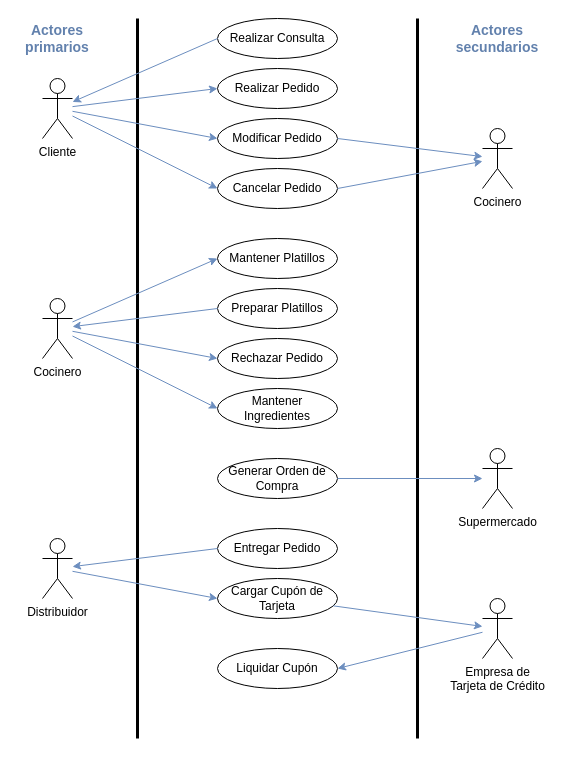
mauro7x/aninfo keeps this draw.io diagram as TP1/diagramas/casos de uso/diag.drawio. Above is the earlier version. Source tidied: cells renumbered, new cells numbered last; positions are measured from the earlier drawing's top-left corner, leaving out a move shared by most shapes. Both pictures are drawn from the tidied source at 100%, with x=0, y=0 at pixel (17, 18).
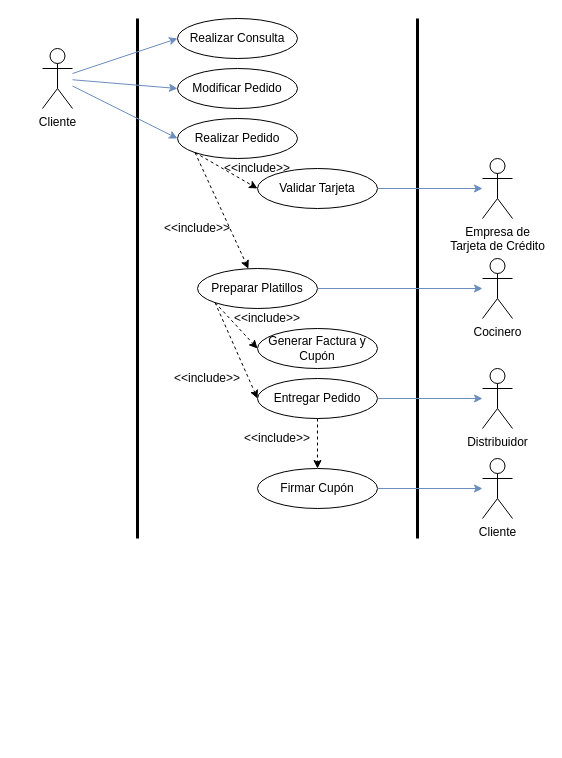
The same page after the edit.

What changed in the source:
```diff
@@
     <mxCell id="2" style="endArrow=none;html=1;strokeWidth=3;" parent="1" edge="1">
       <mxGeometry relative="1" as="geometry">
-        <mxPoint x="120" y="720" as="sourcePoint" />
+        <mxPoint x="120" y="520" as="sourcePoint" />
         <mxPoint x="120" as="targetPoint" />
       </mxGeometry>
     </mxCell>
     <mxCell id="3" style="endArrow=none;html=1;strokeWidth=3;" parent="1" edge="1">
       <mxGeometry relative="1" as="geometry">
-        <mxPoint x="400" y="720" as="sourcePoint" />
+        <mxPoint x="400" y="520" as="sourcePoint" />
         <mxPoint x="400" as="targetPoint" />
       </mxGeometry>
     </mxCell>
     <mxCell id="4" value="Cliente" style="shape=umlActor;verticalLabelPosition=bottom;verticalAlign=top;html=1;outlineConnect=0;" parent="1" vertex="1">
-      <mxGeometry x="25" y="60" width="30" height="60" as="geometry" />
+      <mxGeometry x="25" y="30" width="30" height="60" as="geometry" />
     </mxCell>
-    <mxCell id="5" value="Actores primarios" style="text;html=1;strokeColor=none;fillColor=none;align=center;verticalAlign=middle;whiteSpace=wrap;rounded=0;strokeWidth=1;fontSize=14;fontStyle=1;fontColor=#6281AD;" parent="1" vertex="1">
-      <mxGeometry width="80" height="40" as="geometry" />
-    </mxCell>
-    <mxCell id="6" value="Actores secundarios" style="text;html=1;strokeColor=none;fillColor=none;align=center;verticalAlign=middle;whiteSpace=wrap;rounded=0;strokeWidth=1;fontSize=14;fontStyle=1;fontColor=#6281AD;" parent="1" vertex="1">
-      <mxGeometry x="440" width="80" height="40" as="geometry" />
-    </mxCell>
     <mxCell id="7" value="Realizar Consulta" style="ellipse;whiteSpace=wrap;html=1;strokeWidth=1;fontSize=12;" parent="1" vertex="1">
-      <mxGeometry x="200" width="120" height="40" as="geometry" />
+      <mxGeometry x="160" width="120" height="40" as="geometry" />
     </mxCell>
-    <mxCell id="8" value="Supermercado" style="shape=umlActor;verticalLabelPosition=bottom;verticalAlign=top;html=1;outlineConnect=0;" parent="1" vertex="1">
-      <mxGeometry x="465" y="430" width="30" height="60" as="geometry" />
-    </mxCell>
-    <mxCell id="9" style="endArrow=classic;html=1;strokeWidth=1;fontSize=14;exitX=0;exitY=0.5;exitDx=0;exitDy=0;fillColor=#dae8fc;strokeColor=#6c8ebf;" parent="1" edge="1" source="7" target="4">
+    <mxCell id="9" style="endArrow=classic;html=1;strokeWidth=1;fontSize=14;fillColor=#dae8fc;strokeColor=#6c8ebf;entryX=0;entryY=0.5;entryDx=0;entryDy=0;" parent="1" edge="1" source="4" target="7">
       <mxGeometry relative="1" as="geometry" />
     </mxCell>
     <mxCell id="10" value="Realizar Pedido" style="ellipse;whiteSpace=wrap;html=1;strokeWidth=1;fontSize=12;" parent="1" vertex="1">
-      <mxGeometry x="200" y="50" width="120" height="40" as="geometry" />
+      <mxGeometry x="160" y="100" width="120" height="40" as="geometry" />
     </mxCell>
@@
-    <mxCell id="12" value="Cocinero" style="shape=umlActor;verticalLabelPosition=bottom;verticalAlign=top;html=1;outlineConnect=0;" parent="1" vertex="1">
-      <mxGeometry x="25" y="280" width="30" height="60" as="geometry" />
-    </mxCell>
     <mxCell id="13" value="Modificar Pedido" style="ellipse;whiteSpace=wrap;html=1;strokeWidth=1;fontSize=12;" parent="1" vertex="1">
-      <mxGeometry x="200" y="100" width="120" height="40" as="geometry" />
+      <mxGeometry x="160" y="50" width="120" height="40" as="geometry" />
     </mxCell>
-    <mxCell id="14" value="&lt;font style=&quot;font-size: 12px&quot;&gt;Cancelar Pedido&lt;/font&gt;" style="ellipse;whiteSpace=wrap;html=1;strokeWidth=1;fontSize=12;" parent="1" vertex="1">
-      <mxGeometry x="200" y="150" width="120" height="40" as="geometry" />
-    </mxCell>
@@
-    <mxCell id="16" style="endArrow=classic;html=1;strokeWidth=1;fontSize=14;fillColor=#dae8fc;strokeColor=#6c8ebf;entryX=0;entryY=0.5;entryDx=0;entryDy=0;" parent="1" edge="1" source="4" target="14">
-      <mxGeometry relative="1" as="geometry" />
-    </mxCell>
-    <mxCell id="17" value="Mantener Platillos" style="ellipse;whiteSpace=wrap;html=1;strokeWidth=1;fontSize=12;" parent="1" vertex="1">
-      <mxGeometry x="200" y="220" width="120" height="40" as="geometry" />
-    </mxCell>
-    <mxCell id="18" style="endArrow=classic;html=1;strokeWidth=1;fontSize=14;fillColor=#dae8fc;strokeColor=#6c8ebf;entryX=0;entryY=0.5;entryDx=0;entryDy=0;" parent="1" edge="1" source="12" target="17">
-      <mxGeometry relative="1" as="geometry" />
-    </mxCell>
     <mxCell id="19" value="Preparar Platillos" style="ellipse;whiteSpace=wrap;html=1;strokeWidth=1;fontSize=12;" parent="1" vertex="1">
-      <mxGeometry x="200" y="270" width="120" height="40" as="geometry" />
+      <mxGeometry x="180" y="250" width="120" height="40" as="geometry" />
     </mxCell>
-    <mxCell id="20" style="endArrow=classic;html=1;strokeWidth=1;fontSize=14;fillColor=#dae8fc;strokeColor=#6c8ebf;exitX=0;exitY=0.5;exitDx=0;exitDy=0;" parent="1" edge="1" source="19" target="12">
-      <mxGeometry relative="1" as="geometry" />
-    </mxCell>
-    <mxCell id="21" value="Rechazar Pedido" style="ellipse;whiteSpace=wrap;html=1;strokeWidth=1;fontSize=12;" parent="1" vertex="1">
-      <mxGeometry x="200" y="320" width="120" height="40" as="geometry" />
-    </mxCell>
-    <mxCell id="22" style="endArrow=classic;html=1;strokeWidth=1;fontSize=14;fillColor=#dae8fc;strokeColor=#6c8ebf;entryX=0;entryY=0.5;entryDx=0;entryDy=0;" parent="1" edge="1" source="12" target="21">
-      <mxGeometry relative="1" as="geometry" />
-    </mxCell>
-    <mxCell id="23" value="Mantener Ingredientes" style="ellipse;whiteSpace=wrap;html=1;strokeWidth=1;fontSize=12;" parent="1" vertex="1">
-      <mxGeometry x="200" y="370" width="120" height="40" as="geometry" />
-    </mxCell>
-    <mxCell id="24" style="endArrow=classic;html=1;strokeWidth=1;fontSize=14;fillColor=#dae8fc;strokeColor=#6c8ebf;entryX=0;entryY=0.5;entryDx=0;entryDy=0;" parent="1" edge="1" source="12" target="23">
-      <mxGeometry relative="1" as="geometry" />
-    </mxCell>
-    <mxCell id="25" value="Generar Orden de Compra" style="ellipse;whiteSpace=wrap;html=1;strokeWidth=1;fontSize=12;" parent="1" vertex="1">
-      <mxGeometry x="200" y="440" width="120" height="40" as="geometry" />
-    </mxCell>
-    <mxCell id="26" style="endArrow=classic;html=1;strokeWidth=1;fontSize=14;fillColor=#dae8fc;strokeColor=#6c8ebf;exitX=1;exitY=0.5;exitDx=0;exitDy=0;" parent="1" edge="1" source="25" target="8">
-      <mxGeometry relative="1" as="geometry" />
-    </mxCell>
+    <mxCell id="28" value="Entregar Pedido" style="ellipse;whiteSpace=wrap;html=1;strokeWidth=1;fontSize=12;" parent="1" vertex="1">
+      <mxGeometry x="240" y="360" width="120" height="40" as="geometry" />
+    </mxCell>
+    <mxCell id="35" value="Cocinero" style="shape=umlActor;verticalLabelPosition=bottom;verticalAlign=top;html=1;outlineConnect=0;" parent="1" vertex="1">
+      <mxGeometry x="465" y="240" width="30" height="60" as="geometry" />
+    </mxCell>
+    <mxCell id="39" value="Validar Tarjeta" style="ellipse;whiteSpace=wrap;html=1;strokeWidth=1;fontSize=12;" parent="1" vertex="1">
+      <mxGeometry x="240" y="150" width="120" height="40" as="geometry" />
+    </mxCell>
+    <mxCell id="32" value="Empresa de&lt;br&gt;Tarjeta de Crédito" style="shape=umlActor;verticalLabelPosition=bottom;verticalAlign=top;html=1;outlineConnect=0;" parent="1" vertex="1">
+      <mxGeometry x="465" y="140" width="30" height="60" as="geometry" />
+    </mxCell>
+    <mxCell id="40" style="endArrow=classic;html=1;exitX=0;exitY=1;exitDx=0;exitDy=0;dashed=1;" parent="1" edge="1" source="10" target="19">
+      <mxGeometry relative="1" as="geometry" />
+    </mxCell>
+    <mxCell id="41" style="endArrow=classic;html=1;exitX=0;exitY=1;exitDx=0;exitDy=0;entryX=0;entryY=0.5;entryDx=0;entryDy=0;dashed=1;" parent="1" edge="1" source="10" target="39">
+      <mxGeometry relative="1" as="geometry" />
+    </mxCell>
+    <mxCell id="42" value="&amp;lt;&amp;lt;include&amp;gt;&amp;gt;" style="text;html=1;strokeColor=none;fillColor=none;align=center;verticalAlign=middle;whiteSpace=wrap;rounded=0;" parent="1" vertex="1">
+      <mxGeometry x="160" y="200" width="40" height="20" as="geometry" />
+    </mxCell>
+    <mxCell id="43" value="&amp;lt;&amp;lt;include&amp;gt;&amp;gt;" style="text;html=1;strokeColor=none;fillColor=none;align=center;verticalAlign=middle;whiteSpace=wrap;rounded=0;" parent="1" vertex="1">
+      <mxGeometry x="220" y="140" width="40" height="20" as="geometry" />
+    </mxCell>
+    <mxCell id="44" style="endArrow=classic;html=1;strokeWidth=1;fontSize=14;fillColor=#dae8fc;strokeColor=#6c8ebf;" parent="1" edge="1" source="39" target="32">
+      <mxGeometry relative="1" as="geometry" />
+    </mxCell>
+    <mxCell id="45" style="endArrow=classic;html=1;strokeWidth=1;fontSize=14;fillColor=#dae8fc;strokeColor=#6c8ebf;exitX=1;exitY=0.5;exitDx=0;exitDy=0;" parent="1" edge="1" source="19" target="35">
+      <mxGeometry relative="1" as="geometry" />
+    </mxCell>
+    <mxCell id="46" style="endArrow=classic;html=1;dashed=1;exitX=0;exitY=1;exitDx=0;exitDy=0;entryX=0;entryY=0.5;entryDx=0;entryDy=0;" parent="1" edge="1" source="19" target="48">
+      <mxGeometry relative="1" as="geometry" />
+    </mxCell>
+    <mxCell id="47" value="&amp;lt;&amp;lt;include&amp;gt;&amp;gt;" style="text;html=1;strokeColor=none;fillColor=none;align=center;verticalAlign=middle;whiteSpace=wrap;rounded=0;" parent="1" vertex="1">
+      <mxGeometry x="230" y="290" width="40" height="20" as="geometry" />
+    </mxCell>
     <mxCell id="27" value="Distribuidor" style="shape=umlActor;verticalLabelPosition=bottom;verticalAlign=top;html=1;outlineConnect=0;" parent="1" vertex="1">
-      <mxGeometry x="25" y="520" width="30" height="60" as="geometry" />
+      <mxGeometry x="465" y="350" width="30" height="60" as="geometry" />
     </mxCell>
-    <mxCell id="28" value="Entregar Pedido" style="ellipse;whiteSpace=wrap;html=1;strokeWidth=1;fontSize=12;" parent="1" vertex="1">
-      <mxGeometry x="200" y="510" width="120" height="40" as="geometry" />
-    </mxCell>
-    <mxCell id="29" style="endArrow=classic;html=1;strokeWidth=1;fontSize=14;fillColor=#dae8fc;strokeColor=#6c8ebf;exitX=0;exitY=0.5;exitDx=0;exitDy=0;" parent="1" edge="1" source="28" target="27">
+    <mxCell id="29" style="endArrow=classic;html=1;strokeWidth=1;fontSize=14;fillColor=#dae8fc;strokeColor=#6c8ebf;exitX=1;exitY=0.5;exitDx=0;exitDy=0;" parent="1" edge="1" source="28" target="27">
       <mxGeometry relative="1" as="geometry" />
     </mxCell>
-    <mxCell id="30" value="Cargar Cupón de Tarjeta" style="ellipse;whiteSpace=wrap;html=1;strokeWidth=1;fontSize=12;" parent="1" vertex="1">
-      <mxGeometry x="200" y="560" width="120" height="40" as="geometry" />
-    </mxCell>
-    <mxCell id="31" style="endArrow=classic;html=1;strokeWidth=1;fontSize=14;fillColor=#dae8fc;strokeColor=#6c8ebf;entryX=0;entryY=0.5;entryDx=0;entryDy=0;" parent="1" edge="1" source="27" target="30">
-      <mxGeometry relative="1" as="geometry" />
-    </mxCell>
-    <mxCell id="32" value="Empresa de&lt;br&gt;Tarjeta de Crédito" style="shape=umlActor;verticalLabelPosition=bottom;verticalAlign=top;html=1;outlineConnect=0;" parent="1" vertex="1">
-      <mxGeometry x="465" y="580" width="30" height="60" as="geometry" />
-    </mxCell>
-    <mxCell id="33" value="Liquidar Cupón" style="ellipse;whiteSpace=wrap;html=1;strokeWidth=1;fontSize=12;" parent="1" vertex="1">
-      <mxGeometry x="200" y="630" width="120" height="40" as="geometry" />
-    </mxCell>
-    <mxCell id="34" style="endArrow=classic;html=1;strokeWidth=1;fontSize=14;fillColor=#dae8fc;strokeColor=#6c8ebf;" parent="1" edge="1" source="30" target="32">
-      <mxGeometry relative="1" as="geometry" />
-    </mxCell>
-    <mxCell id="35" value="Cocinero" style="shape=umlActor;verticalLabelPosition=bottom;verticalAlign=top;html=1;outlineConnect=0;" parent="1" vertex="1">
-      <mxGeometry x="465" y="110" width="30" height="60" as="geometry" />
-    </mxCell>
-    <mxCell id="36" style="endArrow=classic;html=1;strokeWidth=1;fontSize=14;fillColor=#dae8fc;strokeColor=#6c8ebf;exitX=1;exitY=0.5;exitDx=0;exitDy=0;" parent="1" edge="1" source="13" target="35">
-      <mxGeometry relative="1" as="geometry" />
-    </mxCell>
-    <mxCell id="37" style="endArrow=classic;html=1;strokeWidth=1;fontSize=14;fillColor=#dae8fc;strokeColor=#6c8ebf;exitX=1;exitY=0.5;exitDx=0;exitDy=0;" parent="1" edge="1" source="14" target="35">
-      <mxGeometry relative="1" as="geometry" />
-    </mxCell>
-    <mxCell id="38" style="endArrow=classic;html=1;strokeWidth=1;fontSize=14;fillColor=#dae8fc;strokeColor=#6c8ebf;entryX=1;entryY=0.5;entryDx=0;entryDy=0;" parent="1" edge="1" source="32" target="33">
-      <mxGeometry relative="1" as="geometry" />
-    </mxCell>
+    <mxCell id="48" value="Generar Factura y Cupón" style="ellipse;whiteSpace=wrap;html=1;strokeWidth=1;fontSize=12;" parent="1" vertex="1">
+      <mxGeometry x="240" y="310" width="120" height="40" as="geometry" />
+    </mxCell>
+    <mxCell id="49" value="&amp;lt;&amp;lt;include&amp;gt;&amp;gt;" style="text;html=1;strokeColor=none;fillColor=none;align=center;verticalAlign=middle;whiteSpace=wrap;rounded=0;" parent="1" vertex="1">
+      <mxGeometry x="170" y="350" width="40" height="20" as="geometry" />
+    </mxCell>
+    <mxCell id="50" style="endArrow=classic;html=1;dashed=1;entryX=0;entryY=0.5;entryDx=0;entryDy=0;exitX=0;exitY=1;exitDx=0;exitDy=0;" parent="1" edge="1" source="19" target="28">
+      <mxGeometry relative="1" as="geometry" />
+    </mxCell>
+    <mxCell id="51" value="Firmar Cupón" style="ellipse;whiteSpace=wrap;html=1;strokeWidth=1;fontSize=12;" parent="1" vertex="1">
+      <mxGeometry x="240" y="450" width="120" height="40" as="geometry" />
+    </mxCell>
+    <mxCell id="52" value="Cliente" style="shape=umlActor;verticalLabelPosition=bottom;verticalAlign=top;html=1;outlineConnect=0;" parent="1" vertex="1">
+      <mxGeometry x="465" y="440" width="30" height="60" as="geometry" />
+    </mxCell>
+    <mxCell id="53" style="endArrow=classic;html=1;dashed=1;" parent="1" edge="1" source="28" target="51">
+      <mxGeometry relative="1" as="geometry" />
+    </mxCell>
+    <mxCell id="54" value="&amp;lt;&amp;lt;include&amp;gt;&amp;gt;" style="text;html=1;strokeColor=none;fillColor=none;align=center;verticalAlign=middle;whiteSpace=wrap;rounded=0;" parent="1" vertex="1">
+      <mxGeometry x="240" y="410" width="40" height="20" as="geometry" />
+    </mxCell>
+    <mxCell id="55" style="endArrow=classic;html=1;strokeWidth=1;fontSize=14;fillColor=#dae8fc;strokeColor=#6c8ebf;exitX=1;exitY=0.5;exitDx=0;exitDy=0;" parent="1" edge="1" source="51" target="52">
+      <mxGeometry relative="1" as="geometry" />
+    </mxCell>
```
